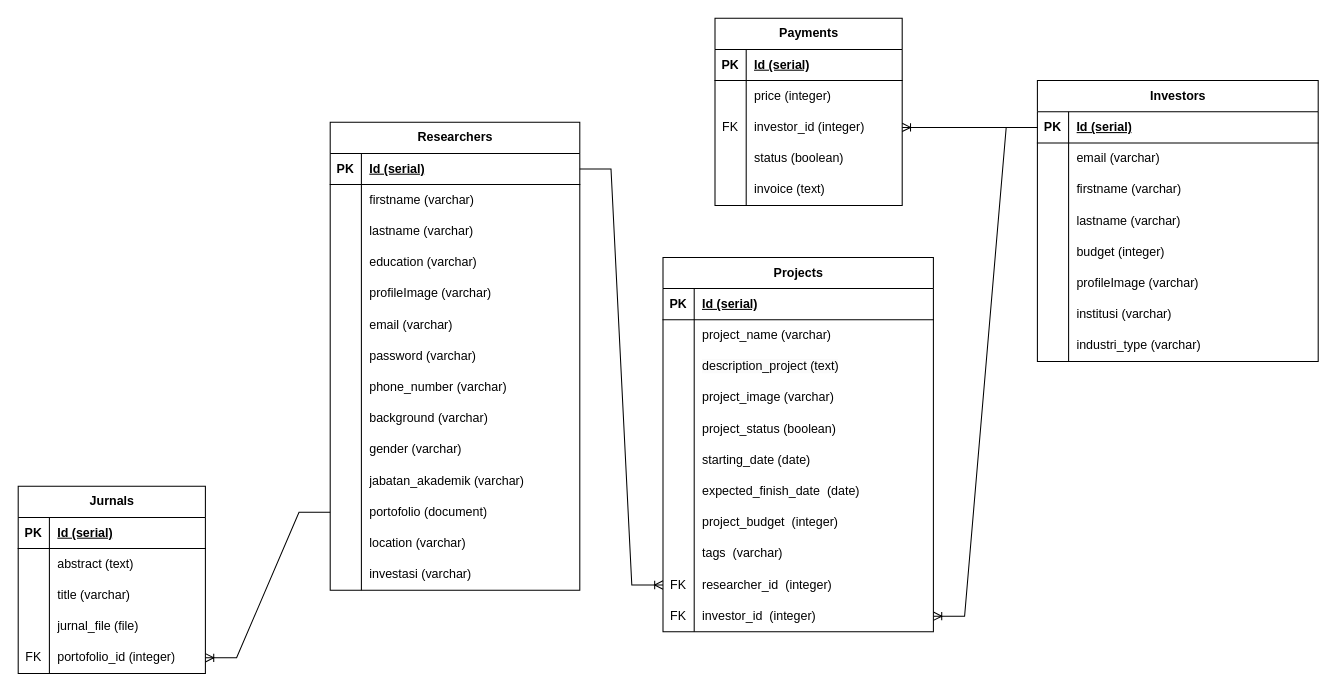
The draw.io diagram prevferr/flow.drawio in Prevferr/Pintar-Ai-Next-app, before the edit. Source tidied: cells renumbered, new cells numbered last; positions are measured from the earlier drawing's top-left corner, leaving out a move shared by most shapes. Both pictures are drawn from the tidied source at 104%, with x=0, y=0 at pixel (18, 18).
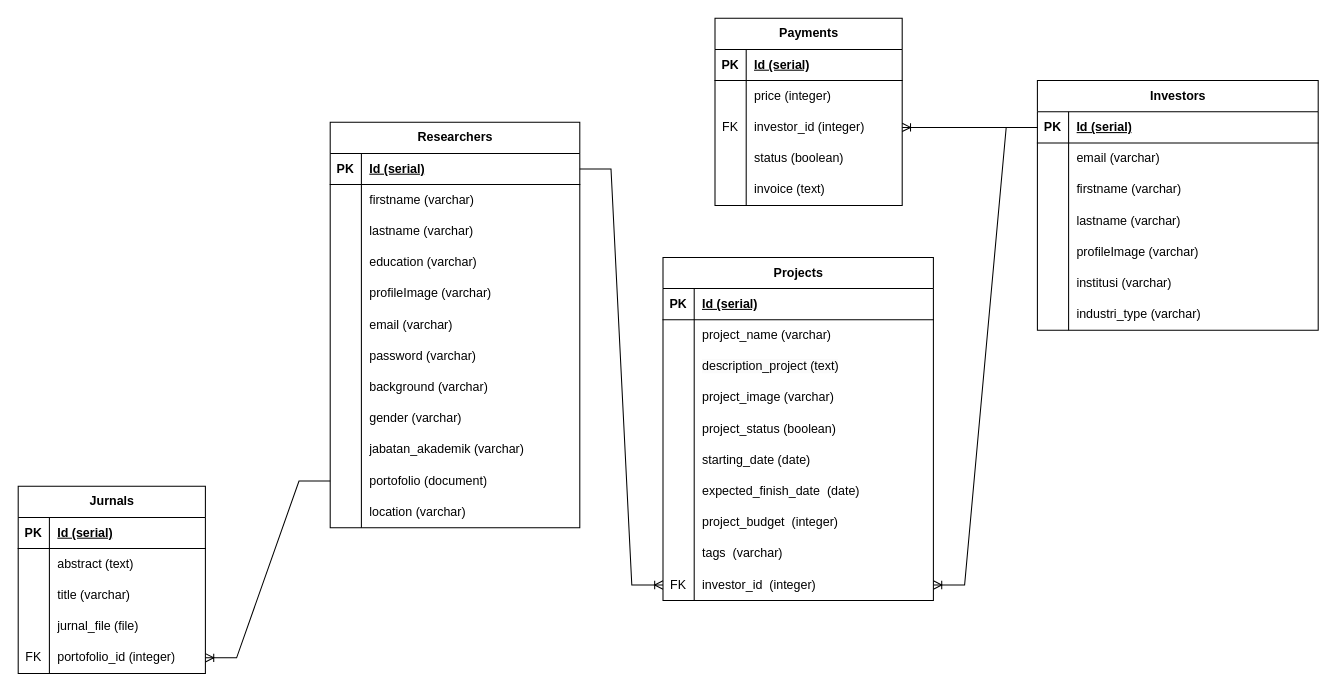
The same page after the edit.

The change refers to these unchanged cells:
```xml
<mxCell id="3" style="shape=tableRow;horizontal=0;startSize=0;swimlaneHead=0;swimlaneBody=0;fillColor=none;points=[[0,0.5],[1,0.5]];portConstraint=eastwest;top=0;left=0;right=0;bottom=1;" parent="2" vertex="1">
  <mxGeometry y="30" width="240" height="30" as="geometry" />
</mxCell>
```

Change to the diagram source:
```diff
@@
     <mxCell id="2" value="Researchers" style="shape=table;startSize=30;childLayout=tableLayout;rowLines=0;fontStyle=1;align=center;html=1;" parent="1" vertex="1">
-      <mxGeometry x="300" y="100" width="240" height="450" as="geometry" />
+      <mxGeometry x="300" y="100" width="240" height="390" as="geometry" />
     </mxCell>
@@
-    <mxCell id="24" style="shape=tableRow;horizontal=0;startSize=0;swimlaneHead=0;swimlaneBody=0;fillColor=none;top=0;left=0;right=0;bottom=0;" parent="2" vertex="1">
-      <mxGeometry y="240" width="240" height="30" as="geometry" />
-    </mxCell>
-    <mxCell id="25" style="shape=partialRectangle;fillColor=none;top=0;left=0;bottom=0;right=0;overflow=hidden;whiteSpace=wrap;html=1;" parent="24" vertex="1">
-      <mxGeometry width="30" height="30" as="geometry" />
-    </mxCell>
-    <mxCell id="26" value="phone_number (varchar)" style="shape=partialRectangle;fillColor=none;top=0;left=0;bottom=0;right=0;align=left;spacingLeft=6;overflow=hidden;whiteSpace=wrap;html=1;" parent="24" vertex="1">
-      <mxGeometry x="30" width="210" height="30" as="geometry" />
-    </mxCell>
     <mxCell id="27" style="shape=tableRow;horizontal=0;startSize=0;swimlaneHead=0;swimlaneBody=0;fillColor=none;top=0;left=0;right=0;bottom=0;" parent="2" vertex="1">
-      <mxGeometry y="270" width="240" height="30" as="geometry" />
+      <mxGeometry y="240" width="240" height="30" as="geometry" />
     </mxCell>
@@
     <mxCell id="30" style="shape=tableRow;horizontal=0;startSize=0;swimlaneHead=0;swimlaneBody=0;fillColor=none;top=0;left=0;right=0;bottom=0;" parent="2" vertex="1">
-      <mxGeometry y="300" width="240" height="30" as="geometry" />
+      <mxGeometry y="270" width="240" height="30" as="geometry" />
     </mxCell>
@@
     <mxCell id="33" style="shape=tableRow;horizontal=0;startSize=0;swimlaneHead=0;swimlaneBody=0;fillColor=none;top=0;left=0;right=0;bottom=0;" parent="2" vertex="1">
-      <mxGeometry y="330" width="240" height="30" as="geometry" />
+      <mxGeometry y="300" width="240" height="30" as="geometry" />
     </mxCell>
@@
     <mxCell id="36" style="shape=tableRow;horizontal=0;startSize=0;swimlaneHead=0;swimlaneBody=0;fillColor=none;points=[[0,0.5],[1,0.5]];portConstraint=eastwest;top=0;left=0;right=0;bottom=0;" parent="2" vertex="1">
-      <mxGeometry y="360" width="240" height="30" as="geometry" />
+      <mxGeometry y="330" width="240" height="30" as="geometry" />
     </mxCell>
@@
     <mxCell id="39" style="shape=tableRow;horizontal=0;startSize=0;swimlaneHead=0;swimlaneBody=0;fillColor=none;top=0;left=0;right=0;bottom=0;" parent="2" vertex="1">
-      <mxGeometry y="390" width="240" height="30" as="geometry" />
+      <mxGeometry y="360" width="240" height="30" as="geometry" />
     </mxCell>
@@
-    <mxCell id="42" style="shape=tableRow;horizontal=0;startSize=0;swimlaneHead=0;swimlaneBody=0;fillColor=none;top=0;left=0;right=0;bottom=0;" parent="2" vertex="1">
-      <mxGeometry y="420" width="240" height="30" as="geometry" />
-    </mxCell>
-    <mxCell id="43" style="shape=partialRectangle;fillColor=none;top=0;left=0;bottom=0;right=0;overflow=hidden;whiteSpace=wrap;html=1;" parent="42" vertex="1">
-      <mxGeometry width="30" height="30" as="geometry" />
-    </mxCell>
-    <mxCell id="44" value="investasi (varchar)" style="shape=partialRectangle;fillColor=none;top=0;left=0;bottom=0;right=0;align=left;spacingLeft=6;overflow=hidden;whiteSpace=wrap;html=1;" parent="42" vertex="1">
-      <mxGeometry x="30" width="210" height="30" as="geometry" />
-    </mxCell>
     <mxCell id="45" value="Projects" style="shape=table;startSize=30;childLayout=tableLayout;rowLines=0;fontStyle=1;align=center;html=1;" parent="1" vertex="1">
-      <mxGeometry x="620" y="230" width="260" height="360" as="geometry" />
+      <mxGeometry x="620" y="230" width="260" height="330" as="geometry" />
     </mxCell>
@@
-    <mxCell id="73" style="shape=tableRow;horizontal=0;startSize=0;swimlaneHead=0;swimlaneBody=0;fillColor=none;points=[[0,0.5],[1,0.5]];portConstraint=eastwest;top=0;left=0;right=0;bottom=0;" parent="45" vertex="1">
-      <mxGeometry y="300" width="260" height="30" as="geometry" />
-    </mxCell>
-    <mxCell id="74" value="FK" style="shape=partialRectangle;fillColor=none;top=0;left=0;bottom=0;right=0;overflow=hidden;whiteSpace=wrap;html=1;" parent="73" vertex="1">
-      <mxGeometry width="30" height="30" as="geometry" />
-    </mxCell>
-    <mxCell id="75" value="researcher_id&amp;nbsp; (integer)" style="shape=partialRectangle;fillColor=none;top=0;left=0;bottom=0;right=0;align=left;spacingLeft=6;overflow=hidden;whiteSpace=wrap;html=1;" parent="73" vertex="1">
-      <mxGeometry x="30" width="230" height="30" as="geometry" />
-    </mxCell>
     <mxCell id="76" style="shape=tableRow;horizontal=0;startSize=0;swimlaneHead=0;swimlaneBody=0;fillColor=none;points=[[0,0.5],[1,0.5]];portConstraint=eastwest;top=0;left=0;right=0;bottom=0;" parent="45" vertex="1">
-      <mxGeometry y="330" width="260" height="30" as="geometry" />
+      <mxGeometry y="300" width="260" height="30" as="geometry" />
     </mxCell>
@@
     <mxCell id="95" value="Investors" style="shape=table;startSize=30;childLayout=tableLayout;rowLines=0;fontStyle=1;align=center;html=1;" parent="1" vertex="1">
-      <mxGeometry x="980" y="60" width="270" height="270" as="geometry" />
+      <mxGeometry x="980" y="60" width="270" height="240" as="geometry" />
     </mxCell>
@@
-    <mxCell id="108" style="shape=tableRow;horizontal=0;startSize=0;swimlaneHead=0;swimlaneBody=0;fillColor=none;top=0;left=0;right=0;bottom=0;" parent="95" vertex="1">
-      <mxGeometry y="150" width="270" height="30" as="geometry" />
-    </mxCell>
-    <mxCell id="109" style="shape=partialRectangle;fillColor=none;top=0;left=0;bottom=0;right=0;overflow=hidden;whiteSpace=wrap;html=1;" parent="108" vertex="1">
-      <mxGeometry width="30" height="30" as="geometry" />
-    </mxCell>
-    <mxCell id="110" value="budget (integer)" style="shape=partialRectangle;fillColor=none;top=0;left=0;bottom=0;right=0;align=left;spacingLeft=6;overflow=hidden;whiteSpace=wrap;html=1;" parent="108" vertex="1">
-      <mxGeometry x="30" width="240" height="30" as="geometry" />
-    </mxCell>
     <mxCell id="111" style="shape=tableRow;horizontal=0;startSize=0;swimlaneHead=0;swimlaneBody=0;fillColor=none;top=0;left=0;right=0;bottom=0;" parent="95" vertex="1">
-      <mxGeometry y="180" width="270" height="30" as="geometry" />
+      <mxGeometry y="150" width="270" height="30" as="geometry" />
     </mxCell>
@@
     <mxCell id="114" style="shape=tableRow;horizontal=0;startSize=0;swimlaneHead=0;swimlaneBody=0;fillColor=none;top=0;left=0;right=0;bottom=0;" parent="95" vertex="1">
-      <mxGeometry y="210" width="270" height="30" as="geometry" />
+      <mxGeometry y="180" width="270" height="30" as="geometry" />
     </mxCell>
@@
     <mxCell id="117" style="shape=tableRow;horizontal=0;startSize=0;swimlaneHead=0;swimlaneBody=0;fillColor=none;top=0;left=0;right=0;bottom=0;" parent="95" vertex="1">
-      <mxGeometry y="240" width="270" height="30" as="geometry" />
+      <mxGeometry y="210" width="270" height="30" as="geometry" />
     </mxCell>
@@
-    <mxCell id="136" style="edgeStyle=entityRelationEdgeStyle;fontSize=12;html=1;endArrow=ERoneToMany;rounded=0;entryX=0;entryY=0.5;entryDx=0;entryDy=0;exitX=1;exitY=0.5;exitDx=0;exitDy=0;" parent="1" edge="1" source="3" target="73">
-      <mxGeometry relative="1" as="geometry" />
+    <mxCell id="136" style="edgeStyle=entityRelationEdgeStyle;fontSize=12;html=1;endArrow=ERoneToMany;rounded=0;entryX=0;entryY=0.5;entryDx=0;entryDy=0;exitX=1;exitY=0.5;exitDx=0;exitDy=0;" parent="1" edge="1" source="3">
+      <mxGeometry relative="1" as="geometry">
+        <mxPoint x="620" y="545" as="targetPoint" />
+      </mxGeometry>
     </mxCell>
```
